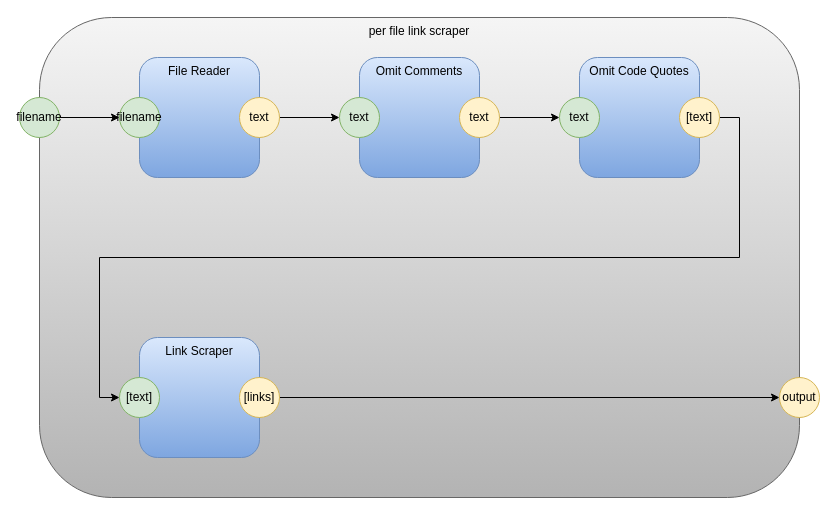
This is page "Per File Link Scraper" (2 of 9) of pm-copy.drawio from guitarvydas/pypm, a draw.io file, before an edit. Source tidied: cells renumbered, new cells numbered last; positions are measured from the earlier drawing's top-left corner, leaving out a move shared by most shapes. Both pictures are drawn from the tidied source at 100%, with x=0, y=0 at pixel (19, 17).
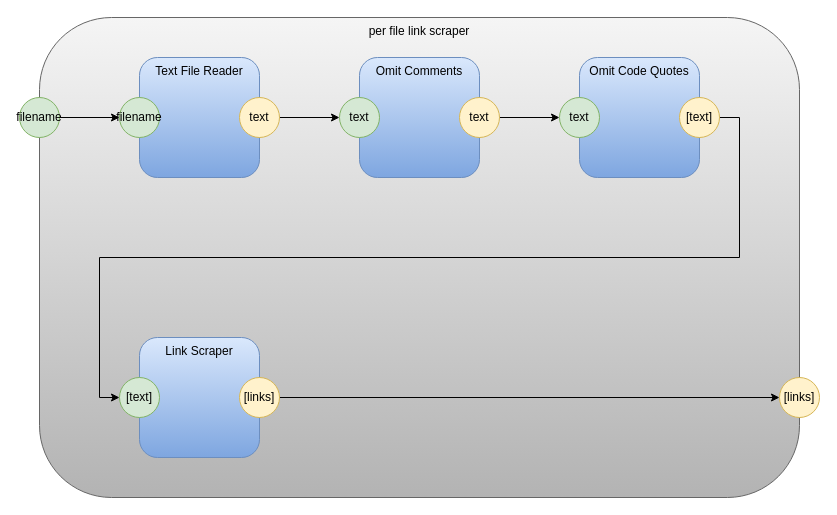
Above is the later version.

Change to the diagram source:
```diff
@@
-    <mxCell id="3" value="File Reader" style="rounded=1;whiteSpace=wrap;html=1;horizontal=1;verticalAlign=top;fillColor=#dae8fc;strokeColor=#6c8ebf;gradientColor=#7ea6e0;" parent="1" vertex="1">
+    <mxCell id="3" value="Text File Reader" style="rounded=1;whiteSpace=wrap;html=1;horizontal=1;verticalAlign=top;fillColor=#dae8fc;strokeColor=#6c8ebf;gradientColor=#7ea6e0;" parent="1" vertex="1">
       <mxGeometry x="120" y="40" width="120" height="120" as="geometry" />
     </mxCell>
@@
-    <mxCell id="17" value="output" style="ellipse;whiteSpace=wrap;html=1;fillColor=#fff2cc;strokeColor=#d6b656;" parent="1" vertex="1">
+    <mxCell id="17" value="[links]" style="ellipse;whiteSpace=wrap;html=1;fillColor=#fff2cc;strokeColor=#d6b656;" parent="1" vertex="1">
       <mxGeometry x="760" y="360" width="40" height="40" as="geometry" />
     </mxCell>
```
